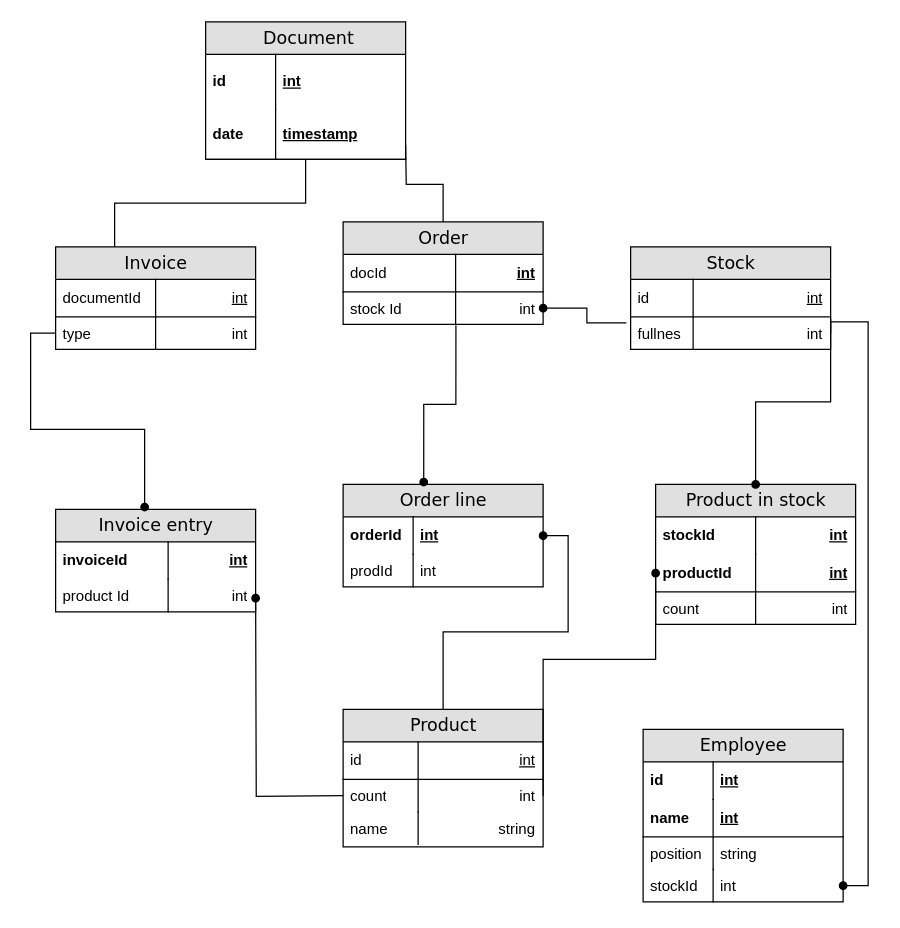
Earlier version of the draw.io diagram Untitled Diagram.drawio (VikaYakunina/lemongatorade). Source tidied: cells renumbered, new cells numbered last; positions are measured from the earlier drawing's top-left corner, leaving out a move shared by most shapes. Both pictures are drawn from the tidied source at 125%, with x=0, y=0 at pixel (55, 21).
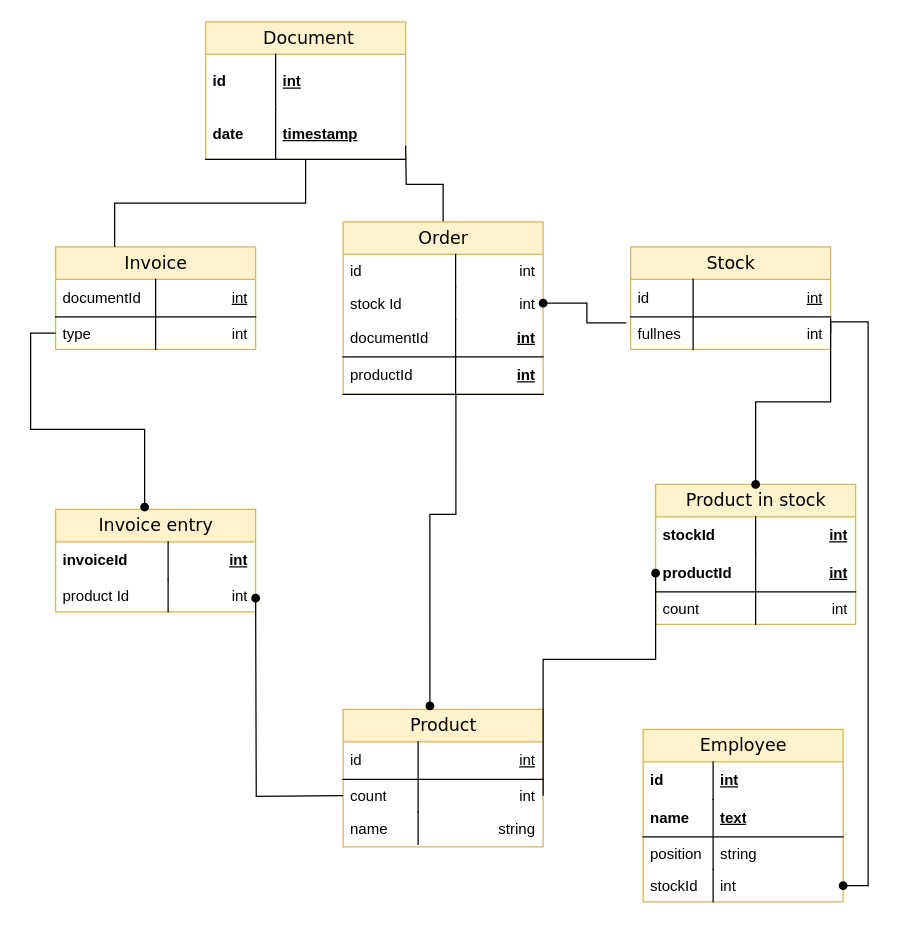
Above is the later version.

What changed in the source:
```diff
@@
-    <mxCell id="2" value="Invoice" style="swimlane;html=1;fontStyle=0;horizontal=1;startSize=26;fillColor=#e0e0e0;swimlaneFillColor=#ffffff;align=center;rounded=0;shadow=0;comic=0;labelBackgroundColor=none;strokeWidth=1;fontFamily=Verdana;fontSize=14;" parent="1" vertex="1">
+    <mxCell id="2" value="Invoice" style="swimlane;html=1;fontStyle=0;horizontal=1;startSize=26;fillColor=#fff2cc;swimlaneFillColor=#ffffff;align=center;rounded=0;shadow=0;comic=0;labelBackgroundColor=none;strokeWidth=1;fontFamily=Verdana;fontSize=14;strokeColor=#d6b656;" parent="1" vertex="1">
       <mxGeometry y="180" width="160" height="82" as="geometry" />
     </mxCell>
@@
-    <mxCell id="7" value="Order line" style="swimlane;html=1;fontStyle=0;horizontal=1;startSize=26;fillColor=#e0e0e0;swimlaneFillColor=#ffffff;align=center;rounded=0;shadow=0;comic=0;labelBackgroundColor=none;strokeWidth=1;fontFamily=Verdana;fontSize=14;" parent="1" vertex="1">
-      <mxGeometry x="230" y="370" width="160" height="82" as="geometry" />
-    </mxCell>
-    <mxCell id="8" value="int" style="shape=partialRectangle;top=0;left=0;right=0;bottom=0;html=1;align=left;verticalAlign=middle;fillColor=none;spacingLeft=60;spacingRight=4;whiteSpace=wrap;overflow=hidden;points=[[0,0.5],[1,0.5]];portConstraint=eastwest;fontStyle=5;" parent="7" vertex="1">
-      <mxGeometry y="26" width="160" height="30" as="geometry" />
-    </mxCell>
-    <mxCell id="9" value="orderId" style="shape=partialRectangle;fontStyle=1;top=0;left=0;bottom=0;html=1;fillColor=none;align=left;verticalAlign=middle;spacingLeft=4;spacingRight=4;whiteSpace=wrap;overflow=hidden;" parent="8" vertex="1">
-      <mxGeometry width="56" height="30" as="geometry" />
-    </mxCell>
-    <mxCell id="10" value="int" style="shape=partialRectangle;top=0;left=0;right=0;bottom=0;html=1;align=left;verticalAlign=top;fillColor=none;spacingLeft=60;spacingRight=4;whiteSpace=wrap;overflow=hidden;" parent="7" vertex="1">
-      <mxGeometry y="56" width="160" height="26" as="geometry" />
-    </mxCell>
-    <mxCell id="11" value="prodId" style="shape=partialRectangle;top=0;left=0;bottom=0;html=1;fillColor=none;align=left;verticalAlign=top;spacingLeft=4;spacingRight=4;whiteSpace=wrap;overflow=hidden;" parent="10" vertex="1">
-      <mxGeometry width="56" height="26" as="geometry" />
-    </mxCell>
@@
-    <mxCell id="13" value="&amp;nbsp;Document" style="swimlane;html=1;fontStyle=0;horizontal=1;startSize=26;fillColor=#e0e0e0;swimlaneFillColor=#ffffff;align=center;rounded=0;shadow=0;comic=0;labelBackgroundColor=none;strokeWidth=1;fontFamily=Verdana;fontSize=14;" parent="1" vertex="1">
+    <mxCell id="13" value="&amp;nbsp;Document" style="swimlane;html=1;fontStyle=0;horizontal=1;startSize=26;fillColor=#fff2cc;swimlaneFillColor=#ffffff;align=center;rounded=0;shadow=0;comic=0;labelBackgroundColor=none;strokeWidth=1;fontFamily=Verdana;fontSize=14;strokeColor=#d6b656;" parent="1" vertex="1">
       <mxGeometry x="120" width="160" height="110" as="geometry" />
     </mxCell>
@@
-    <mxCell id="18" style="edgeStyle=orthogonalEdgeStyle;rounded=0;jettySize=auto;html=1;exitX=0.5;exitY=0;exitDx=0;exitDy=0;endArrow=oval;endFill=1;" parent="1" edge="1" source="24" target="8">
-      <mxGeometry relative="1" as="geometry" />
-    </mxCell>
-    <mxCell id="19" value="Stock" style="swimlane;html=1;fontStyle=0;horizontal=1;startSize=26;fillColor=#e0e0e0;swimlaneFillColor=#ffffff;align=center;rounded=0;shadow=0;comic=0;labelBackgroundColor=none;strokeWidth=1;fontFamily=Verdana;fontSize=14;swimlaneLine=1;" parent="1" vertex="1">
+    <mxCell id="19" value="Stock" style="swimlane;html=1;fontStyle=0;horizontal=1;startSize=26;fillColor=#fff2cc;swimlaneFillColor=#ffffff;align=center;rounded=0;shadow=0;comic=0;labelBackgroundColor=none;strokeWidth=1;fontFamily=Verdana;fontSize=14;swimlaneLine=1;strokeColor=#d6b656;" parent="1" vertex="1">
       <mxGeometry x="460" y="180" width="160" height="82" as="geometry" />
     </mxCell>
@@
-    <mxCell id="24" value="Product" style="swimlane;html=1;fontStyle=0;horizontal=1;startSize=26;fillColor=#e0e0e0;swimlaneFillColor=#ffffff;align=center;rounded=0;shadow=0;comic=0;labelBackgroundColor=none;strokeWidth=1;fontFamily=Verdana;fontSize=14;" parent="1" vertex="1">
+    <mxCell id="24" value="Product" style="swimlane;html=1;fontStyle=0;horizontal=1;startSize=26;fillColor=#fff2cc;swimlaneFillColor=#ffffff;align=center;rounded=0;shadow=0;comic=0;labelBackgroundColor=none;strokeWidth=1;fontFamily=Verdana;fontSize=14;strokeColor=#d6b656;" parent="1" vertex="1">
       <mxGeometry x="230" y="550" width="160" height="110" as="geometry" />
     </mxCell>
@@
-    <mxCell id="31" value="Invoice entry" style="swimlane;html=1;fontStyle=0;horizontal=1;startSize=26;fillColor=#e0e0e0;swimlaneFillColor=#ffffff;align=center;rounded=0;shadow=0;comic=0;labelBackgroundColor=none;strokeWidth=1;fontFamily=Verdana;fontSize=14;" parent="1" vertex="1">
+    <mxCell id="31" value="Invoice entry" style="swimlane;html=1;fontStyle=0;horizontal=1;startSize=26;fillColor=#fff2cc;swimlaneFillColor=#ffffff;align=center;rounded=0;shadow=0;comic=0;labelBackgroundColor=none;strokeWidth=1;fontFamily=Verdana;fontSize=14;strokeColor=#d6b656;" parent="1" vertex="1">
       <mxGeometry y="390" width="160" height="82" as="geometry" />
     </mxCell>
@@
-    <mxCell id="36" value="Product in stock" style="swimlane;html=1;fontStyle=0;horizontal=1;startSize=26;fillColor=#e0e0e0;swimlaneFillColor=#ffffff;align=center;rounded=0;shadow=0;comic=0;labelBackgroundColor=none;strokeWidth=1;fontFamily=Verdana;fontSize=14;" parent="1" vertex="1">
+    <mxCell id="36" value="Product in stock" style="swimlane;html=1;fontStyle=0;horizontal=1;startSize=26;fillColor=#fff2cc;swimlaneFillColor=#ffffff;align=center;rounded=0;shadow=0;comic=0;labelBackgroundColor=none;strokeWidth=1;fontFamily=Verdana;fontSize=14;strokeColor=#d6b656;" parent="1" vertex="1">
       <mxGeometry x="480" y="370" width="160" height="112" as="geometry" />
     </mxCell>
@@
-    <mxCell id="43" value="Employee" style="swimlane;html=1;fontStyle=0;horizontal=1;startSize=26;fillColor=#e0e0e0;swimlaneFillColor=#ffffff;align=center;rounded=0;shadow=0;comic=0;labelBackgroundColor=none;strokeWidth=1;fontFamily=Verdana;fontSize=14;" parent="1" vertex="1">
+    <mxCell id="43" value="Employee" style="swimlane;html=1;fontStyle=0;horizontal=1;startSize=26;fillColor=#fff2cc;swimlaneFillColor=#ffffff;align=center;rounded=0;shadow=0;comic=0;labelBackgroundColor=none;strokeWidth=1;fontFamily=Verdana;fontSize=14;strokeColor=#d6b656;" parent="1" vertex="1">
       <mxGeometry x="470" y="566" width="160" height="138" as="geometry" />
     </mxCell>
@@
-    <mxCell id="46" value="int" style="shape=partialRectangle;top=0;left=0;right=0;bottom=1;html=1;align=left;verticalAlign=middle;fillColor=none;spacingLeft=60;spacingRight=4;whiteSpace=wrap;overflow=hidden;fontStyle=5;" parent="43" vertex="1">
+    <mxCell id="46" value="text" style="shape=partialRectangle;top=0;left=0;right=0;bottom=1;html=1;align=left;verticalAlign=middle;fillColor=none;spacingLeft=60;spacingRight=4;whiteSpace=wrap;overflow=hidden;fontStyle=5;" parent="43" vertex="1">
       <mxGeometry y="56" width="160" height="30" as="geometry" />
     </mxCell>
@@
-    <mxCell id="55" style="edgeStyle=orthogonalEdgeStyle;rounded=0;jettySize=auto;html=1;entryX=0.403;entryY=-0.023;entryDx=0;entryDy=0;entryPerimeter=0;endArrow=oval;endFill=1;exitX=0.564;exitY=1.03;exitDx=0;exitDy=0;exitPerimeter=0;" parent="1" edge="1" source="59" target="7">
+    <mxCell id="55" style="edgeStyle=orthogonalEdgeStyle;rounded=0;jettySize=auto;html=1;entryX=0.434;entryY=-0.025;entryDx=0;entryDy=0;entryPerimeter=0;endArrow=oval;endFill=1;exitX=0.564;exitY=1.03;exitDx=0;exitDy=0;exitPerimeter=0;" parent="1" edge="1" source="59" target="24">
       <mxGeometry relative="1" as="geometry" />
     </mxCell>
-    <mxCell id="56" value="Order" style="swimlane;html=1;fontStyle=0;horizontal=1;startSize=26;fillColor=#e0e0e0;swimlaneFillColor=#ffffff;align=center;rounded=0;shadow=0;comic=0;labelBackgroundColor=none;strokeWidth=1;fontFamily=Verdana;fontSize=14;" parent="1" vertex="1">
-      <mxGeometry x="230" y="160" width="160" height="82" as="geometry" />
+    <mxCell id="56" value="Order" style="swimlane;html=1;fontStyle=0;horizontal=1;startSize=26;fillColor=#fff2cc;swimlaneFillColor=#ffffff;align=center;rounded=0;shadow=0;comic=0;labelBackgroundColor=none;strokeWidth=1;fontFamily=Verdana;fontSize=14;strokeColor=#d6b656;" parent="1" vertex="1">
+      <mxGeometry x="230" y="160" width="160" height="138" as="geometry" />
     </mxCell>
+    <mxCell id="65" value="int" style="shape=partialRectangle;top=0;left=0;right=0;bottom=0;html=1;align=right;verticalAlign=top;fillColor=none;spacingLeft=34;spacingRight=4;whiteSpace=wrap;overflow=hidden;" parent="56" vertex="1">
+      <mxGeometry y="26" width="160" height="26" as="geometry" />
+    </mxCell>
+    <mxCell id="66" value="id" style="shape=partialRectangle;top=0;left=0;bottom=0;html=1;fillColor=none;align=left;verticalAlign=top;spacingLeft=4;spacingRight=4;whiteSpace=wrap;overflow=hidden;" parent="65" vertex="1">
+      <mxGeometry width="90" height="26" as="geometry" />
+    </mxCell>
+    <mxCell id="59" value="int" style="shape=partialRectangle;top=0;left=0;right=0;bottom=0;html=1;align=right;verticalAlign=top;fillColor=none;spacingLeft=34;spacingRight=4;whiteSpace=wrap;overflow=hidden;points=[[0,0.5],[1,0.5]];portConstraint=eastwest;" parent="56" vertex="1">
+      <mxGeometry y="52" width="160" height="26" as="geometry" />
+    </mxCell>
+    <mxCell id="60" value="stock Id" style="shape=partialRectangle;top=0;left=0;bottom=0;html=1;fillColor=none;align=left;verticalAlign=top;spacingLeft=4;spacingRight=4;whiteSpace=wrap;overflow=hidden;" parent="59" vertex="1">
+      <mxGeometry width="90" height="26" as="geometry" />
+    </mxCell>
     <mxCell id="57" value="int" style="shape=partialRectangle;top=0;left=0;right=0;bottom=1;html=1;align=right;verticalAlign=middle;fillColor=none;spacingLeft=34;spacingRight=4;whiteSpace=wrap;overflow=hidden;fontStyle=5;" parent="56" vertex="1">
-      <mxGeometry y="26" width="160" height="30" as="geometry" />
+      <mxGeometry y="78" width="160" height="30" as="geometry" />
     </mxCell>
-    <mxCell id="58" value="docId" style="shape=partialRectangle;top=0;left=0;bottom=0;html=1;fillColor=none;align=left;verticalAlign=middle;spacingLeft=4;spacingRight=4;whiteSpace=wrap;overflow=hidden;" parent="57" vertex="1">
+    <mxCell id="58" value="documentId" style="shape=partialRectangle;top=0;left=0;bottom=0;html=1;fillColor=none;align=left;verticalAlign=middle;spacingLeft=4;spacingRight=4;whiteSpace=wrap;overflow=hidden;" parent="57" vertex="1">
       <mxGeometry width="90" height="30" as="geometry" />
     </mxCell>
-    <mxCell id="59" value="int" style="shape=partialRectangle;top=0;left=0;right=0;bottom=0;html=1;align=right;verticalAlign=top;fillColor=none;spacingLeft=34;spacingRight=4;whiteSpace=wrap;overflow=hidden;points=[[0,0.5],[1,0.5]];portConstraint=eastwest;" parent="56" vertex="1">
-      <mxGeometry y="56" width="160" height="26" as="geometry" />
-    </mxCell>
-    <mxCell id="60" value="stock Id" style="shape=partialRectangle;top=0;left=0;bottom=0;html=1;fillColor=none;align=left;verticalAlign=top;spacingLeft=4;spacingRight=4;whiteSpace=wrap;overflow=hidden;" parent="59" vertex="1">
-      <mxGeometry width="90" height="26" as="geometry" />
-    </mxCell>
+    <mxCell id="67" value="int" style="shape=partialRectangle;top=0;left=0;right=0;bottom=1;html=1;align=right;verticalAlign=middle;fillColor=none;spacingLeft=34;spacingRight=4;whiteSpace=wrap;overflow=hidden;fontStyle=5;" parent="56" vertex="1">
+      <mxGeometry y="108" width="160" height="30" as="geometry" />
+    </mxCell>
+    <mxCell id="68" value="productId" style="shape=partialRectangle;top=0;left=0;bottom=0;html=1;fillColor=none;align=left;verticalAlign=middle;spacingLeft=4;spacingRight=4;whiteSpace=wrap;overflow=hidden;" parent="67" vertex="1">
+      <mxGeometry width="90" height="30" as="geometry" />
+    </mxCell>
```
